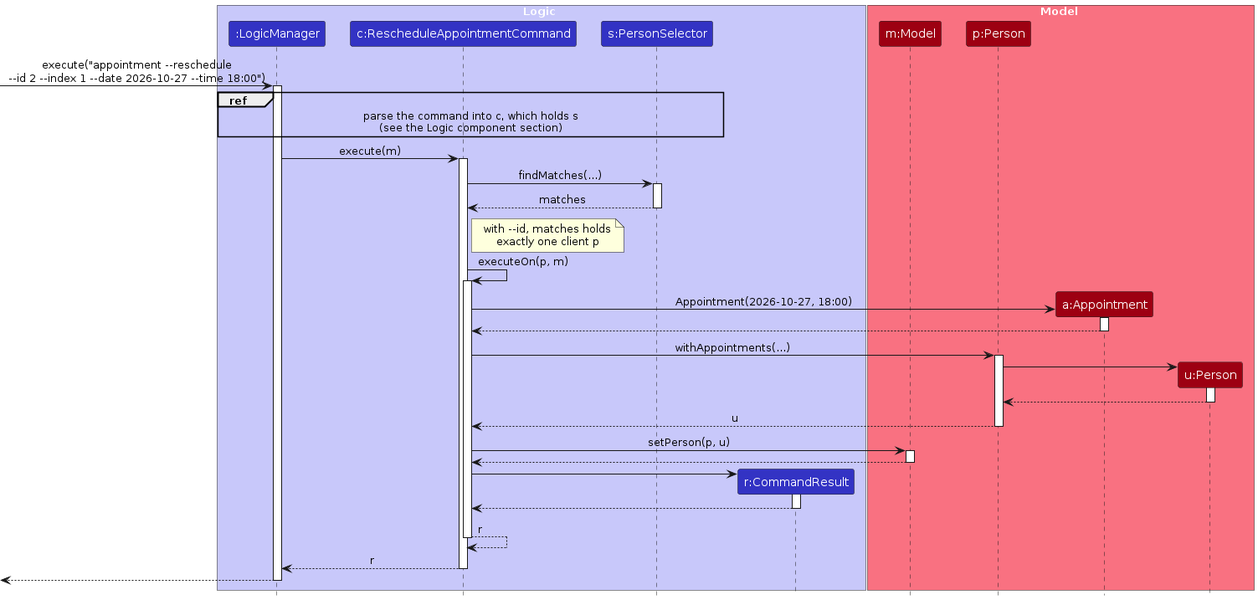
AY2627S1-CS2103T-T15-1/tp keeps this PlantUML diagram as diagrams/RescheduleSequenceDiagram.png. Above is the earlier version. Its source is kept beside it as diagrams/RescheduleSequenceDiagram.puml. Its diagram source:
```plantuml
@startuml
!include style.puml
skinparam ArrowFontStyle plain

box Logic LOGIC_COLOR_T1
participant ":LogicManager" as LogicManager LOGIC_COLOR
participant "c:RescheduleAppointmentCommand" as RescheduleCommand LOGIC_COLOR
participant "s:PersonSelector" as PersonSelector LOGIC_COLOR
participant "r:CommandResult" as CommandResult LOGIC_COLOR
end box

box Model MODEL_COLOR_T1
participant "m:Model" as Model MODEL_COLOR
participant "p:Person" as Person MODEL_COLOR
participant "a:Appointment" as Appointment MODEL_COLOR
participant "u:Person" as UpdatedPerson MODEL_COLOR
end box

[-> LogicManager : execute("appointment ~--reschedule\n~--id 2 ~--index 1 ~--date 2026-10-27 ~--time 18:00")
activate LogicManager

ref over LogicManager, RescheduleCommand, PersonSelector
    parse the command into c, which holds s
    (see the Logic component section)
end ref

LogicManager -> RescheduleCommand : execute(m)
activate RescheduleCommand

RescheduleCommand -> PersonSelector : findMatches(...)
activate PersonSelector

PersonSelector --> RescheduleCommand : matches
deactivate PersonSelector

note right of RescheduleCommand
    with ~--id, matches holds
    exactly one client p
end note

RescheduleCommand -> RescheduleCommand : executeOn(p, m)
activate RescheduleCommand

create Appointment
RescheduleCommand -> Appointment : Appointment(2026-10-27, 18:00)
activate Appointment

Appointment --> RescheduleCommand
deactivate Appointment

RescheduleCommand -> Person : withAppointments(...)
activate Person

create UpdatedPerson
Person -> UpdatedPerson
activate UpdatedPerson

UpdatedPerson --> Person
deactivate UpdatedPerson

Person --> RescheduleCommand : u
deactivate Person

RescheduleCommand -> Model : setPerson(p, u)
activate Model

Model --> RescheduleCommand
deactivate Model

create CommandResult
RescheduleCommand -> CommandResult
activate CommandResult

CommandResult --> RescheduleCommand
deactivate CommandResult

RescheduleCommand --> RescheduleCommand : r
deactivate RescheduleCommand

RescheduleCommand --> LogicManager : r
deactivate RescheduleCommand

[<--LogicManager
deactivate LogicManager
@enduml
```
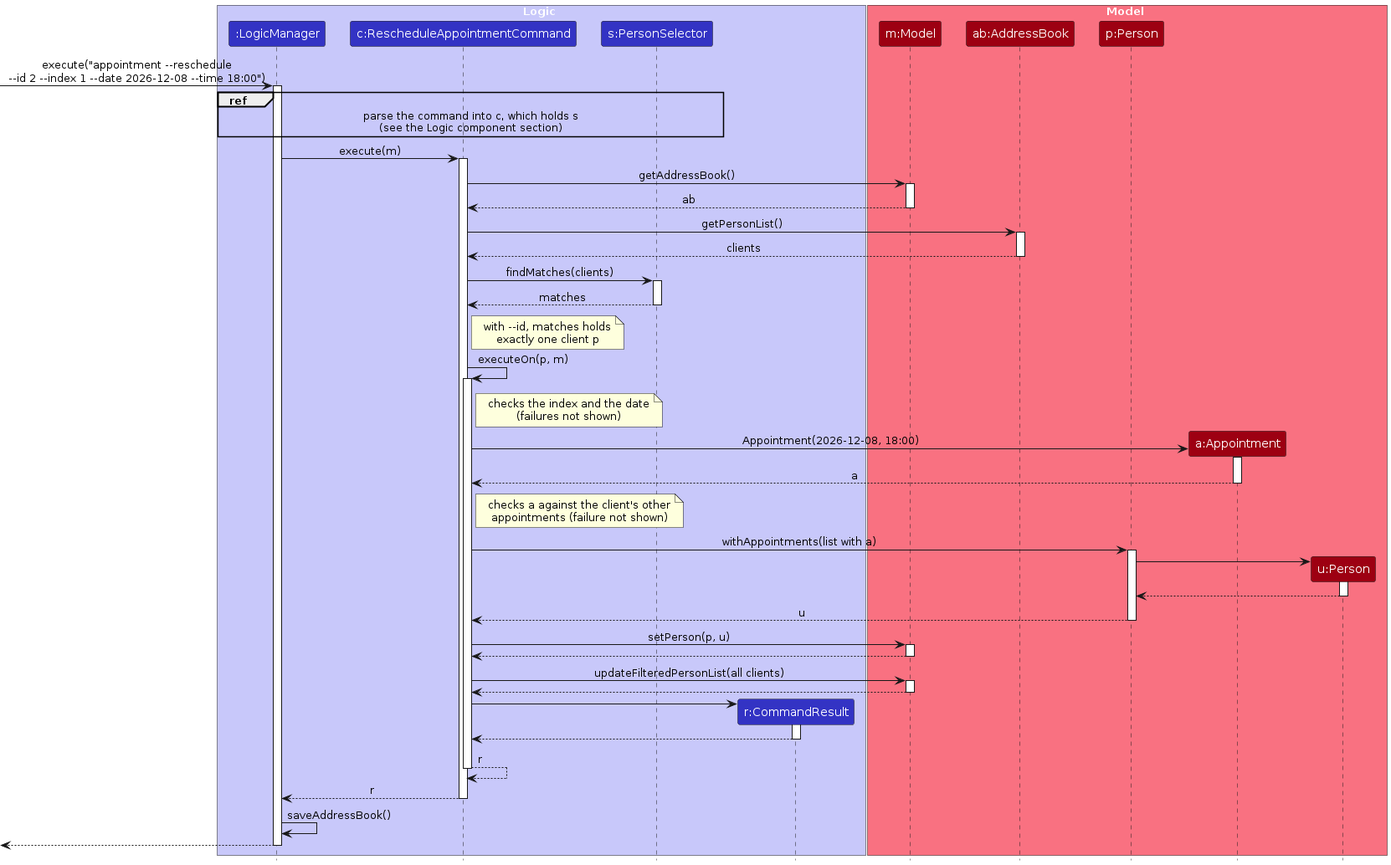
After the commit.

Diff of the diagram source:
```diff
@@ -11,12 +11,13 @@
 
 box Model MODEL_COLOR_T1
 participant "m:Model" as Model MODEL_COLOR
+participant "ab:AddressBook" as AddressBook MODEL_COLOR
 participant "p:Person" as Person MODEL_COLOR
 participant "a:Appointment" as Appointment MODEL_COLOR
 participant "u:Person" as UpdatedPerson MODEL_COLOR
 end box
 
-[-> LogicManager : execute("appointment ~--reschedule\n~--id 2 ~--index 1 ~--date 2026-10-27 ~--time 18:00")
+[-> LogicManager : execute("appointment ~--reschedule\n~--id 2 ~--index 1 ~--date 2026-12-08 ~--time 18:00")
 activate LogicManager
 
 ref over LogicManager, RescheduleCommand, PersonSelector
@@ -27,7 +28,19 @@
 LogicManager -> RescheduleCommand : execute(m)
 activate RescheduleCommand
 
-RescheduleCommand -> PersonSelector : findMatches(...)
+RescheduleCommand -> Model : getAddressBook()
+activate Model
+
+Model --> RescheduleCommand : ab
+deactivate Model
+
+RescheduleCommand -> AddressBook : getPersonList()
+activate AddressBook
+
+AddressBook --> RescheduleCommand : clients
+deactivate AddressBook
+
+RescheduleCommand -> PersonSelector : findMatches(clients)
 activate PersonSelector
 
 PersonSelector --> RescheduleCommand : matches
@@ -41,14 +54,24 @@
 RescheduleCommand -> RescheduleCommand : executeOn(p, m)
 activate RescheduleCommand
 
+note right of RescheduleCommand
+    checks the index and the date
+    (failures not shown)
+end note
+
 create Appointment
-RescheduleCommand -> Appointment : Appointment(2026-10-27, 18:00)
+RescheduleCommand -> Appointment : Appointment(2026-12-08, 18:00)
 activate Appointment
 
-Appointment --> RescheduleCommand
+Appointment --> RescheduleCommand : a
 deactivate Appointment
 
-RescheduleCommand -> Person : withAppointments(...)
+note right of RescheduleCommand
+    checks a against the client's other
+    appointments (failure not shown)
+end note
+
+RescheduleCommand -> Person : withAppointments(list with a)
 activate Person
 
 create UpdatedPerson
@@ -67,6 +90,12 @@
 Model --> RescheduleCommand
 deactivate Model
 
+RescheduleCommand -> Model : updateFilteredPersonList(all clients)
+activate Model
+
+Model --> RescheduleCommand
+deactivate Model
+
 create CommandResult
 RescheduleCommand -> CommandResult
 activate CommandResult
@@ -80,6 +109,8 @@
 RescheduleCommand --> LogicManager : r
 deactivate RescheduleCommand
 
+LogicManager -> LogicManager : saveAddressBook()
+
 [<--LogicManager
 deactivate LogicManager
 @enduml
```
